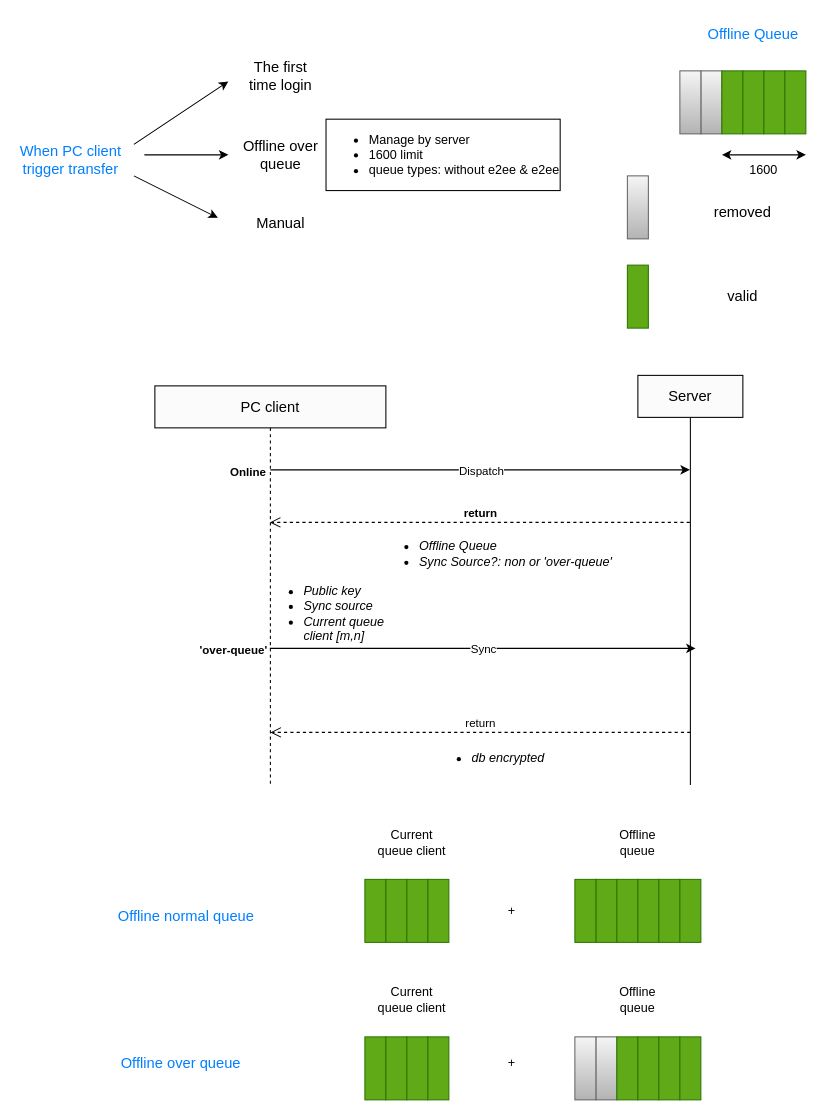
This is transfer-msg-oveview.drawio from buingoctai/Documents, a draw.io file, before an edit. Source tidied: cells renumbered, new cells numbered last; positions are measured from the earlier drawing's top-left corner, leaving out a move shared by most shapes. Both pictures are drawn from the tidied source at 105%, with x=0, y=0 at pixel (18, 18).
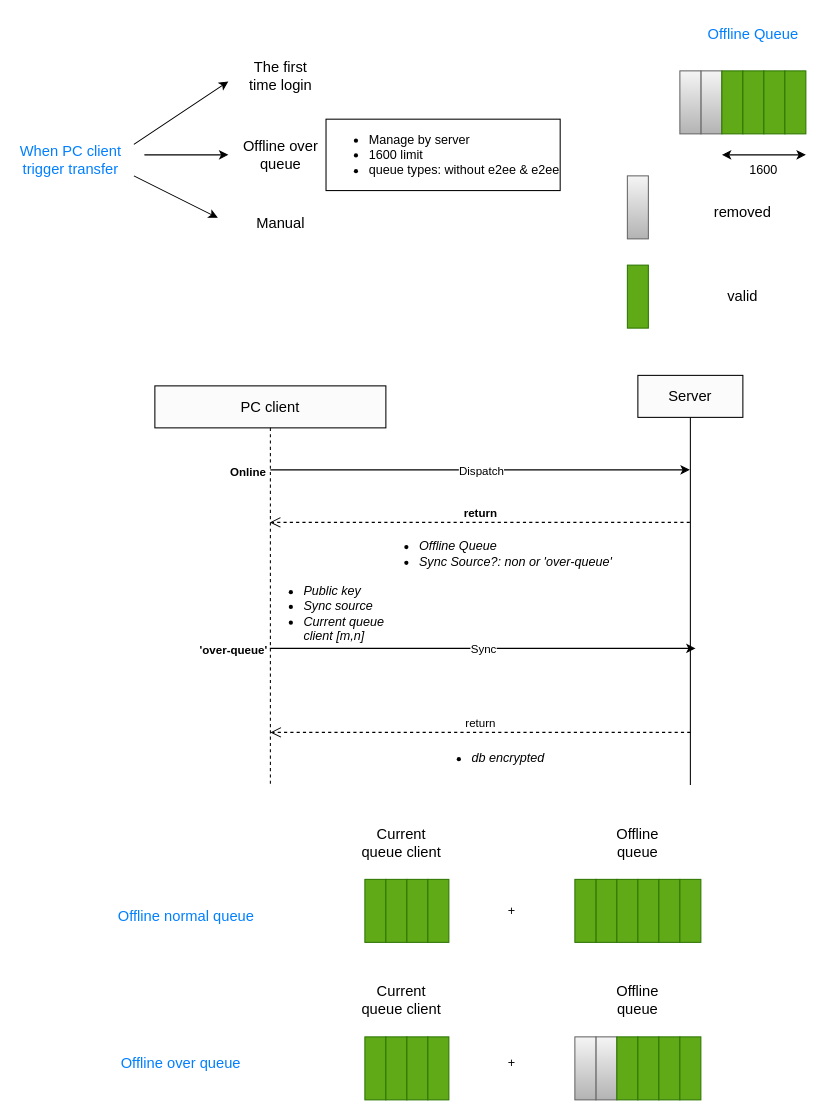
Above is the later version.

What changed in the source:
```diff
@@
-    <mxCell id="48" value="Current queue client" style="text;html=1;strokeColor=none;fillColor=none;align=center;verticalAlign=middle;whiteSpace=wrap;rounded=0;strokeWidth=1;" parent="1" vertex="1">
-      <mxGeometry x="340" y="770" width="70" height="30" as="geometry" />
+    <mxCell id="48" value="Current queue client" style="text;html=1;strokeColor=none;fillColor=none;align=center;verticalAlign=middle;whiteSpace=wrap;rounded=0;strokeWidth=1;fontSize=14;" parent="1" vertex="1">
+      <mxGeometry x="320" y="770" width="90" height="30" as="geometry" />
     </mxCell>
-    <mxCell id="49" value="Offline queue" style="text;html=1;strokeColor=none;fillColor=none;align=center;verticalAlign=middle;whiteSpace=wrap;rounded=0;strokeWidth=1;" parent="1" vertex="1">
-      <mxGeometry x="560" y="770" width="60" height="30" as="geometry" />
+    <mxCell id="49" value="Offline queue" style="text;html=1;strokeColor=none;fillColor=none;align=center;verticalAlign=middle;whiteSpace=wrap;rounded=0;strokeWidth=1;fontSize=14;" parent="1" vertex="1">
+      <mxGeometry x="550" y="770" width="80" height="30" as="geometry" />
     </mxCell>
@@
-    <mxCell id="61" value="Current queue client" style="text;html=1;strokeColor=none;fillColor=none;align=center;verticalAlign=middle;whiteSpace=wrap;rounded=0;strokeWidth=1;" parent="1" vertex="1">
-      <mxGeometry x="340" y="920" width="70" height="30" as="geometry" />
+    <mxCell id="61" value="Current queue client" style="text;html=1;strokeColor=none;fillColor=none;align=center;verticalAlign=middle;whiteSpace=wrap;rounded=0;strokeWidth=1;fontSize=14;" parent="1" vertex="1">
+      <mxGeometry x="320" y="920" width="90" height="30" as="geometry" />
     </mxCell>
-    <mxCell id="62" value="Offline queue" style="text;html=1;strokeColor=none;fillColor=none;align=center;verticalAlign=middle;whiteSpace=wrap;rounded=0;strokeWidth=1;" parent="1" vertex="1">
-      <mxGeometry x="560" y="920" width="60" height="30" as="geometry" />
+    <mxCell id="62" value="Offline queue" style="text;html=1;strokeColor=none;fillColor=none;align=center;verticalAlign=middle;whiteSpace=wrap;rounded=0;strokeWidth=1;fontSize=14;" parent="1" vertex="1">
+      <mxGeometry x="550" y="920" width="80" height="30" as="geometry" />
     </mxCell>
```
